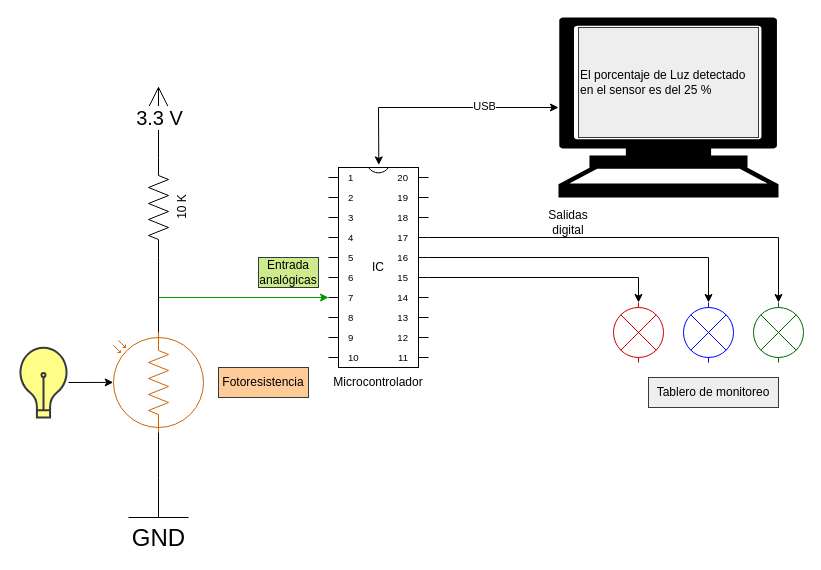
Earlier version of the draw.io diagram page "esquema" (1 of 2) of desing/t4-adc/adc.drawio (johnnycubides/taller-ing-electronical-UNAL). Source tidied: cells renumbered, new cells numbered last; positions are measured from the earlier drawing's top-left corner, leaving out a move shared by most shapes. Both pictures are drawn from the tidied source at 100%, with x=0, y=0 at pixel (18, 17).
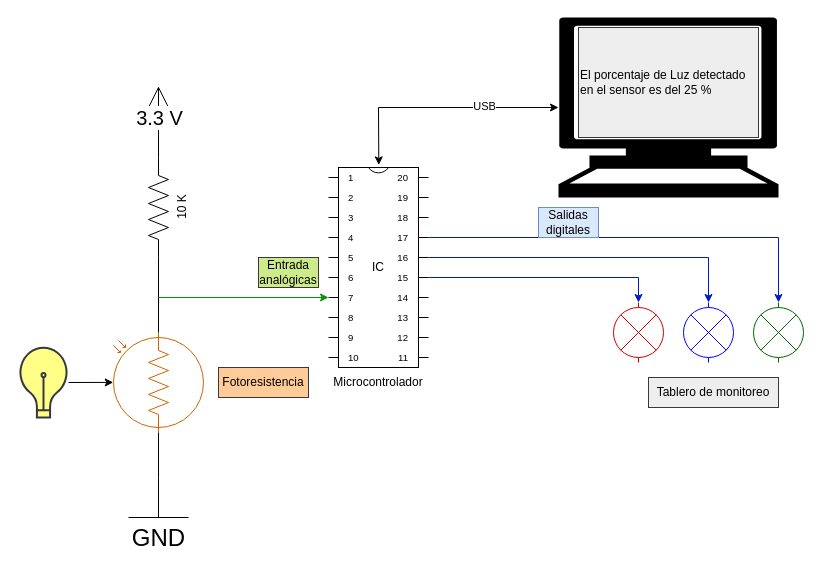
The same diagram, later.

Unchanged cells that the change refers to:
```xml
<mxCell id="4" value="IC" style="shadow=0;dashed=0;align=center;html=1;strokeWidth=1;shape=mxgraph.electrical.logic_gates.dual_inline_ic;labelNames=a,b,c,d,e,f,g,h,i,j,k,l,m,n,o,p,q,r,s,t;whiteSpace=wrap;" parent="1" vertex="1">
  <mxGeometry x="310" y="150" width="100" height="200" as="geometry" />
</mxCell>
<mxCell id="18" style="verticalLabelPosition=bottom;shadow=0;dashed=0;align=center;html=1;verticalAlign=top;shape=mxgraph.electrical.miscellaneous.light_bulb;rotation=90;strokeColor=#CC0000;" parent="1" vertex="1">
  <mxGeometry x="590" y="290" width="60" height="50" as="geometry" />
</mxCell>
<mxCell id="19" style="verticalLabelPosition=bottom;shadow=0;dashed=0;align=center;html=1;verticalAlign=top;shape=mxgraph.electrical.miscellaneous.light_bulb;rotation=90;strokeColor=#006600;" parent="1" vertex="1">
  <mxGeometry x="730" y="290" width="60" height="50" as="geometry" />
</mxCell>
<mxCell id="20" style="verticalLabelPosition=bottom;shadow=0;dashed=0;align=center;html=1;verticalAlign=top;shape=mxgraph.electrical.miscellaneous.light_bulb;rotation=90;strokeColor=#0000FF;" parent="1" vertex="1">
  <mxGeometry x="660" y="290" width="60" height="50" as="geometry" />
</mxCell>
```

What changed in the source:
```diff
@@
-    <mxCell id="21" style="edgeStyle=orthogonalEdgeStyle;rounded=0;jettySize=auto;html=1;exitX=1;exitY=0;exitDx=0;exitDy=110;exitPerimeter=0;entryX=0;entryY=0.5;entryDx=0;entryDy=0;entryPerimeter=0;" parent="1" edge="1" source="4" target="18">
+    <mxCell id="21" style="edgeStyle=orthogonalEdgeStyle;rounded=0;jettySize=auto;html=1;exitX=1;exitY=0;exitDx=0;exitDy=110;exitPerimeter=0;entryX=0;entryY=0.5;entryDx=0;entryDy=0;entryPerimeter=0;fillColor=#0050ef;strokeColor=#001DBC;" parent="1" edge="1" source="4" target="18">
       <mxGeometry relative="1" as="geometry" />
     </mxCell>
-    <mxCell id="22" style="edgeStyle=orthogonalEdgeStyle;rounded=0;jettySize=auto;html=1;exitX=1;exitY=0;exitDx=0;exitDy=90;exitPerimeter=0;entryX=0;entryY=0.5;entryDx=0;entryDy=0;entryPerimeter=0;" parent="1" edge="1" source="4" target="20">
+    <mxCell id="22" style="edgeStyle=orthogonalEdgeStyle;rounded=0;jettySize=auto;html=1;exitX=1;exitY=0;exitDx=0;exitDy=90;exitPerimeter=0;entryX=0;entryY=0.5;entryDx=0;entryDy=0;entryPerimeter=0;fillColor=#0050ef;strokeColor=#001DBC;" parent="1" edge="1" source="4" target="20">
       <mxGeometry relative="1" as="geometry" />
     </mxCell>
-    <mxCell id="23" style="edgeStyle=orthogonalEdgeStyle;rounded=0;jettySize=auto;html=1;exitX=1;exitY=0;exitDx=0;exitDy=70;exitPerimeter=0;entryX=0;entryY=0.5;entryDx=0;entryDy=0;entryPerimeter=0;" parent="1" edge="1" source="4" target="19">
+    <mxCell id="23" style="edgeStyle=orthogonalEdgeStyle;rounded=0;jettySize=auto;html=1;exitX=1;exitY=0;exitDx=0;exitDy=70;exitPerimeter=0;entryX=0;entryY=0.5;entryDx=0;entryDy=0;entryPerimeter=0;fillColor=#0050ef;strokeColor=#001DBC;" parent="1" edge="1" source="4" target="19">
       <mxGeometry relative="1" as="geometry" />
     </mxCell>
@@
-    <mxCell id="27" value="Salidas digital" style="text;html=1;strokeColor=none;fillColor=none;align=center;verticalAlign=middle;whiteSpace=wrap;rounded=0;" parent="1" vertex="1">
+    <mxCell id="27" value="Salidas digitales" style="text;html=1;strokeColor=#6c8ebf;fillColor=#dae8fc;align=center;verticalAlign=middle;whiteSpace=wrap;rounded=0;" parent="1" vertex="1">
       <mxGeometry x="520" y="190" width="60" height="30" as="geometry" />
     </mxCell>
```
